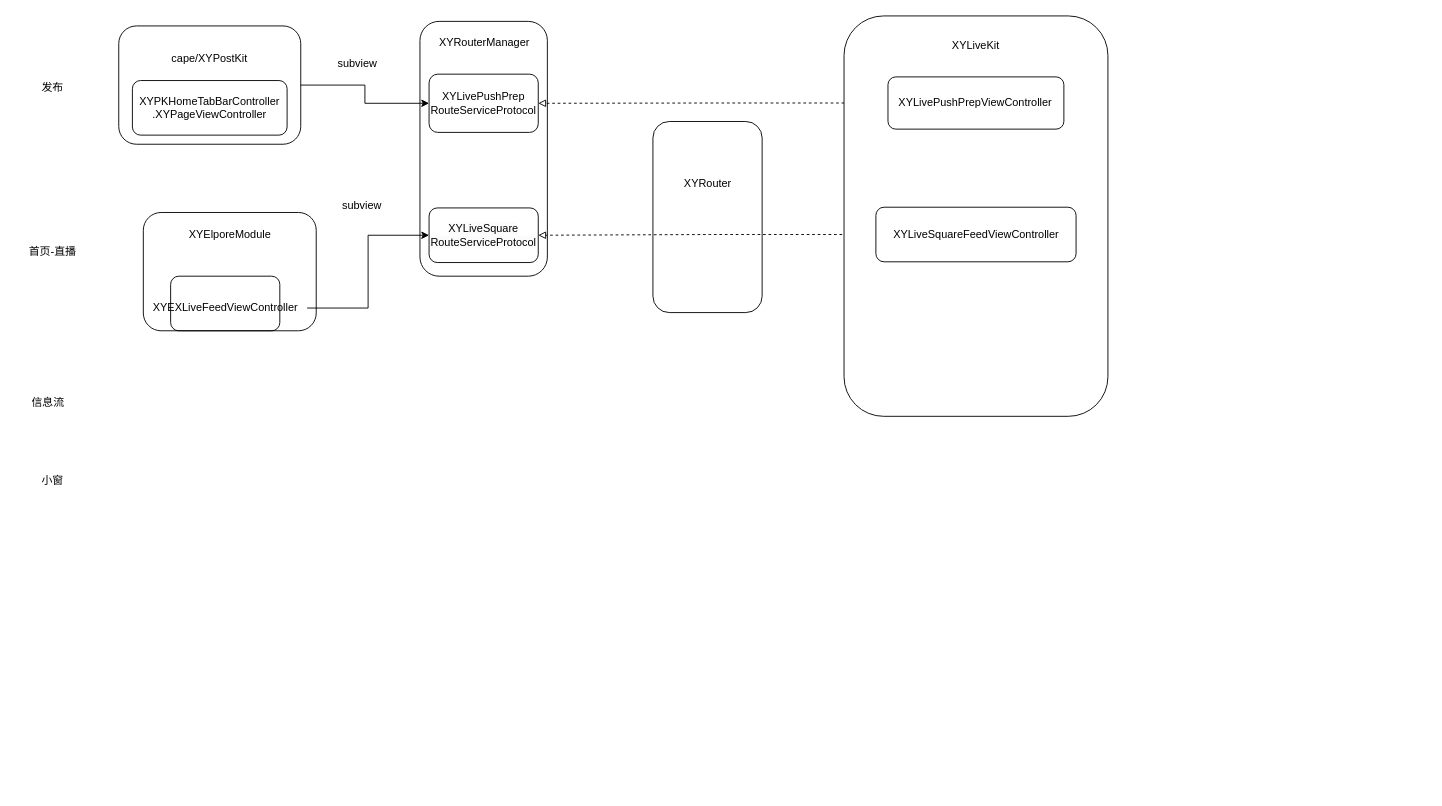
This is diagrams/未命名绘图.drawio from ygg29/UML, a draw.io file, before an edit. Source tidied: cells renumbered, new cells numbered last; positions are measured from the earlier drawing's top-left corner, leaving out a move shared by most shapes. Both pictures are drawn from the tidied source at 91%, with x=0, y=0 at pixel (15, 15).
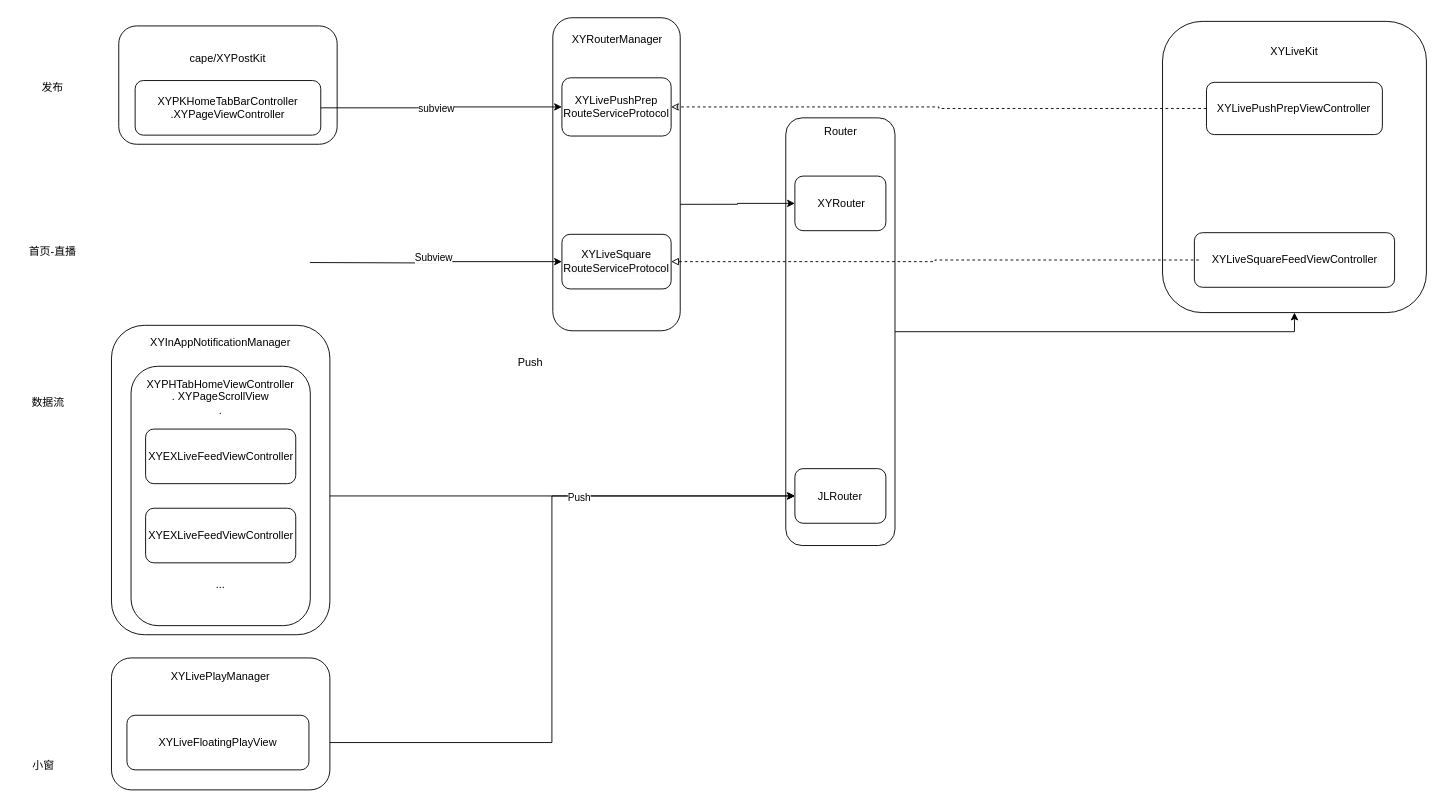
The same diagram, later.

Commit message:
更新未命名绘图.drawio

The change refers to these unchanged cells:
```xml
<mxCell id="30" value="XYLiveSquareFeedViewController" style="text;html=1;align=center;verticalAlign=middle;points=[];strokeColor=none;fillColor=none;fontSize=12;fontFamily=Helvetica;fontColor=default;" parent="28" vertex="1">
  <mxGeometry x="5" y="15" width="210" height="30" as="geometry" />
</mxCell>
<mxCell id="32" style="rounded=1;whiteSpace=wrap;html=1;align=center;verticalAlign=top;fontFamily=Helvetica;fontSize=12;fontColor=default;fillColor=none;gradientColor=none;" parent="31" vertex="1">
  <mxGeometry width="120" height="60" as="geometry" />
</mxCell>
```

Change to the diagram source:
```diff
@@
+    <mxCell id="37" style="edgeStyle=orthogonalEdgeStyle;rounded=0;jettySize=auto;html=1;entryX=0;entryY=0.5;entryDx=0;entryDy=0;exitX=0.986;exitY=0.596;exitDx=0;exitDy=0;exitPerimeter=0;" parent="1" edge="1" source="2" target="44">
+      <mxGeometry relative="1" as="geometry" />
+    </mxCell>
     <mxCell id="2" style="rounded=1;whiteSpace=wrap;html=1;" parent="1" vertex="1">
-      <mxGeometry x="444" y="6" width="140" height="280" as="geometry" />
+      <mxGeometry x="590" y="2" width="140" height="344" as="geometry" />
     </mxCell>
     <mxCell id="3" value="XYLivePushPrep&lt;br&gt;RouteServiceProtocol" style="rounded=1;html=1;whiteSpace=wrap;" parent="1" vertex="1">
-      <mxGeometry x="454" y="64" width="120" height="64" as="geometry" />
+      <mxGeometry x="600" y="68" width="120" height="64" as="geometry" />
     </mxCell>
     <mxCell id="4" value="XYRouterManager" style="text;html=1;strokeColor=none;fillColor=none;align=center;verticalAlign=middle;whiteSpace=wrap;rounded=0;" parent="1" vertex="1">
-      <mxGeometry x="485" y="15" width="60" height="30" as="geometry" />
+      <mxGeometry x="631" y="11" width="60" height="30" as="geometry" />
     </mxCell>
     <mxCell id="5" style="group;" parent="1" vertex="1">
-      <mxGeometry x="113" y="11" width="200" height="130" as="geometry" />
+      <mxGeometry x="113" y="11" width="240" height="130" as="geometry" />
     </mxCell>
     <mxCell id="6" style="rounded=1;whiteSpace=wrap;html=1;" parent="5" vertex="1">
-      <mxGeometry width="200" height="130" as="geometry" />
+      <mxGeometry width="240" height="130" as="geometry" />
     </mxCell>
     <mxCell id="7" value="cape/XYPostKit" style="text;html=1;strokeColor=none;fillColor=none;align=center;verticalAlign=middle;whiteSpace=wrap;rounded=0;" parent="5" vertex="1">
-      <mxGeometry x="70" y="21" width="60" height="30" as="geometry" />
+      <mxGeometry x="84" y="21" width="72" height="30" as="geometry" />
     </mxCell>
     <mxCell id="8" value="XYPKHomeTabBarController&lt;br&gt;.XYPageViewController" style="rounded=1;whiteSpace=wrap;html=1;" parent="5" vertex="1">
-      <mxGeometry x="15" y="60" width="170" height="60" as="geometry" />
+      <mxGeometry x="18" y="60" width="204" height="60" as="geometry" />
     </mxCell>
-    <mxCell id="9" style="edgeStyle=orthogonalEdgeStyle;rounded=0;jettySize=auto;html=1;entryX=0;entryY=0.5;entryDx=0;entryDy=0;fontFamily=Helvetica;fontSize=12;fontColor=default;" parent="1" edge="1" source="6" target="3">
+    <mxCell id="9" style="edgeStyle=orthogonalEdgeStyle;rounded=0;jettySize=auto;html=1;entryX=0;entryY=0.5;entryDx=0;entryDy=0;fontFamily=Helvetica;fontSize=12;fontColor=default;exitX=1;exitY=0.5;exitDx=0;exitDy=0;" parent="1" edge="1" source="8" target="3">
       <mxGeometry relative="1" as="geometry" />
     </mxCell>
-    <mxCell id="10" style="edgeStyle=orthogonalEdgeStyle;rounded=0;jettySize=auto;html=1;fontFamily=Helvetica;fontSize=12;fontColor=default;dashed=1;endArrow=block;endFill=0;" parent="1" edge="1" source="27" target="3">
-      <mxGeometry relative="1" as="geometry" />
-    </mxCell>
+    <mxCell id="38" value="subview" style="edgeLabel;html=1;align=center;verticalAlign=middle;" parent="9" vertex="1">
+      <mxGeometry x="-0.06" relative="1" as="geometry">
+        <mxPoint x="1" as="offset" />
+      </mxGeometry>
+    </mxCell>
@@
-    <mxCell id="13" value="信息流" style="text;html=1;align=center;verticalAlign=middle;strokeColor=none;fillColor=none;fontSize=12;fontFamily=Helvetica;fontColor=default;" parent="1" vertex="1">
+    <mxCell id="13" value="数据流" style="text;html=1;align=center;verticalAlign=middle;strokeColor=none;fillColor=none;fontSize=12;fontFamily=Helvetica;fontColor=default;" parent="1" vertex="1">
       <mxGeometry x="5" y="410" width="60" height="30" as="geometry" />
     </mxCell>
     <mxCell id="14" value="小窗" style="text;html=1;align=center;verticalAlign=middle;strokeColor=none;fillColor=none;fontSize=12;fontFamily=Helvetica;fontColor=default;" parent="1" vertex="1">
-      <mxGeometry x="15" y="496" width="50" height="30" as="geometry" />
+      <mxGeometry x="5" y="808.5" width="50" height="30" as="geometry" />
     </mxCell>
-    <mxCell id="15" style="group;" parent="1" vertex="1">
-      <mxGeometry x="140" y="216" width="190" height="130" as="geometry" />
-    </mxCell>
-    <mxCell id="16" style="rounded=1;whiteSpace=wrap;html=1;align=center;verticalAlign=top;fontFamily=Helvetica;fontSize=12;fontColor=default;fillColor=none;gradientColor=none;" parent="15" vertex="1">
-      <mxGeometry width="190" height="130" as="geometry" />
-    </mxCell>
-    <mxCell id="17" value="XYElporeModule" style="text;html=1;align=center;verticalAlign=middle;strokeColor=none;fillColor=none;fontSize=12;fontFamily=Helvetica;fontColor=default;" parent="15" vertex="1">
-      <mxGeometry x="40" y="10" width="110" height="30" as="geometry" />
-    </mxCell>
-    <mxCell id="18" style="rounded=1;whiteSpace=wrap;html=1;align=center;verticalAlign=top;fontFamily=Helvetica;fontSize=12;fontColor=default;fillColor=none;gradientColor=none;" parent="15" vertex="1">
-      <mxGeometry x="30" y="70" width="120" height="60" as="geometry" />
-    </mxCell>
-    <mxCell id="19" value="XYEXLiveFeedViewController" style="text;html=1;align=center;verticalAlign=middle;points=[];strokeColor=none;fillColor=none;fontSize=12;fontFamily=Helvetica;fontColor=default;" parent="15" vertex="1">
-      <mxGeometry y="90" width="180" height="30" as="geometry" />
-    </mxCell>
-    <mxCell id="20" style="edgeStyle=orthogonalEdgeStyle;rounded=0;jettySize=auto;html=1;entryX=1;entryY=0.5;entryDx=0;entryDy=0;fontFamily=Helvetica;fontSize=12;fontColor=default;dashed=1;endArrow=block;endFill=0;" parent="1" edge="1" source="30" target="32">
-      <mxGeometry relative="1" as="geometry" />
-    </mxCell>
-    <mxCell id="21" value="subview" style="text;html=1;align=center;verticalAlign=middle;strokeColor=none;fillColor=none;fontSize=12;fontFamily=Helvetica;fontColor=default;" parent="1" vertex="1">
-      <mxGeometry x="340" y="37.7" width="70" height="30" as="geometry" />
-    </mxCell>
-    <mxCell id="22" style="edgeStyle=orthogonalEdgeStyle;rounded=0;jettySize=auto;html=1;entryX=0;entryY=0.5;entryDx=0;entryDy=0;fontFamily=Helvetica;fontSize=12;fontColor=default;" parent="1" edge="1" source="19" target="32">
-      <mxGeometry relative="1" as="geometry" />
+    <mxCell id="22" style="edgeStyle=orthogonalEdgeStyle;rounded=0;jettySize=auto;html=1;entryX=0;entryY=0.5;entryDx=0;entryDy=0;fontFamily=Helvetica;fontSize=12;fontColor=default;" parent="1" edge="1" target="32">
+      <mxGeometry relative="1" as="geometry">
+        <mxPoint x="323" y="271" as="sourcePoint" />
+      </mxGeometry>
     </mxCell>
-    <mxCell id="23" value="subview" style="text;html=1;align=center;verticalAlign=middle;strokeColor=none;fillColor=none;fontSize=12;fontFamily=Helvetica;fontColor=default;" parent="1" vertex="1">
-      <mxGeometry x="345" y="194" width="70" height="30" as="geometry" />
-    </mxCell>
+    <mxCell id="39" value="Subview" style="edgeLabel;html=1;align=center;verticalAlign=middle;" parent="22" vertex="1">
+      <mxGeometry x="-0.04" y="6" relative="1" as="geometry">
+        <mxPoint x="1" as="offset" />
+      </mxGeometry>
+    </mxCell>
     <mxCell id="24" style="group;" parent="1" vertex="1">
-      <mxGeometry x="910" width="290" height="440" as="geometry" />
+      <mxGeometry x="1260" y="6" width="290" height="440" as="geometry" />
     </mxCell>
+    <mxCell id="40" style="group;" parent="24" vertex="1">
+      <mxGeometry width="290" height="320" as="geometry" />
+    </mxCell>
-    <mxCell id="25" style="rounded=1;whiteSpace=wrap;html=1;" parent="24" vertex="1">
-      <mxGeometry width="290" height="440" as="geometry" />
+    <mxCell id="25" style="rounded=1;whiteSpace=wrap;html=1;" parent="40" vertex="1">
+      <mxGeometry width="290" height="320" as="geometry" />
     </mxCell>
-    <mxCell id="26" value="XYLiveKit" style="text;html=1;strokeColor=none;fillColor=none;align=center;verticalAlign=middle;whiteSpace=wrap;rounded=0;" parent="24" vertex="1">
+    <mxCell id="26" value="XYLiveKit" style="text;html=1;strokeColor=none;fillColor=none;align=center;verticalAlign=middle;whiteSpace=wrap;rounded=0;" parent="40" vertex="1">
       <mxGeometry x="112.8" y="19.1" width="64.4" height="28.7" as="geometry" />
     </mxCell>
-    <mxCell id="27" value="XYLivePushPrepViewController" style="rounded=1;whiteSpace=wrap;html=1;" parent="24" vertex="1">
+    <mxCell id="27" value="XYLivePushPrepViewController" style="rounded=1;whiteSpace=wrap;html=1;" parent="40" vertex="1">
       <mxGeometry x="48.3" y="67" width="193.3" height="57.4" as="geometry" />
     </mxCell>
-    <mxCell id="28" style="group;" parent="24" vertex="1">
-      <mxGeometry x="35" y="210.2" width="220" height="60" as="geometry" />
+    <mxCell id="28" style="group;" parent="40" vertex="1">
+      <mxGeometry x="35" y="232.2" width="220" height="60" as="geometry" />
     </mxCell>
@@
     <mxCell id="31" style="group;" parent="1" vertex="1">
-      <mxGeometry x="454" y="211" width="120" height="60" as="geometry" />
+      <mxGeometry x="600" y="240" width="120" height="60" as="geometry" />
     </mxCell>
@@
-    <mxCell id="34" style="group;" parent="1" vertex="1">
-      <mxGeometry x="700" y="116" width="120" height="210" as="geometry" />
-    </mxCell>
+    <mxCell id="41" value="JLRouter" style="rounded=1;whiteSpace=wrap;html=1;" parent="1" vertex="1">
+      <mxGeometry x="856" y="497.5" width="100" height="60" as="geometry" />
+    </mxCell>
+    <mxCell id="42" style="edgeStyle=orthogonalEdgeStyle;rounded=0;jettySize=auto;html=1;entryX=0.5;entryY=1;entryDx=0;entryDy=0;" parent="1" edge="1" source="36" target="25">
+      <mxGeometry relative="1" as="geometry" />
+    </mxCell>
+    <mxCell id="36" style="rounded=1;whiteSpace=wrap;html=1;align=center;verticalAlign=top;fontFamily=Helvetica;fontSize=12;fontColor=default;fillColor=none;gradientColor=none;" parent="1" vertex="1">
+      <mxGeometry x="846" y="112" width="120" height="470" as="geometry" />
+    </mxCell>
+    <mxCell id="43" style="group;" parent="1" vertex="1">
+      <mxGeometry x="856" y="176" width="100" height="60" as="geometry" />
+    </mxCell>
+    <mxCell id="44" style="rounded=1;whiteSpace=wrap;html=1;" parent="43" vertex="1">
+      <mxGeometry width="100" height="60" as="geometry" />
+    </mxCell>
-    <mxCell id="35" value="XYRouter" style="text;html=1;align=center;verticalAlign=middle;strokeColor=none;fillColor=none;" parent="34" vertex="1">
-      <mxGeometry x="20" y="52.5" width="80" height="30" as="geometry" />
+    <mxCell id="35" value="XYRouter" style="text;html=1;align=center;verticalAlign=middle;strokeColor=none;fillColor=none;" parent="43" vertex="1">
+      <mxGeometry x="10.7" y="15" width="80" height="30" as="geometry" />
     </mxCell>
-    <mxCell id="36" style="rounded=1;whiteSpace=wrap;html=1;align=center;verticalAlign=top;fontFamily=Helvetica;fontSize=12;fontColor=default;fillColor=none;gradientColor=none;" parent="34" vertex="1">
-      <mxGeometry width="120" height="210" as="geometry" />
-    </mxCell>
+    <mxCell id="45" value="Router" style="text;html=1;align=center;verticalAlign=middle;strokeColor=none;fillColor=none;" parent="1" vertex="1">
+      <mxGeometry x="876" y="112" width="60" height="30" as="geometry" />
+    </mxCell>
+    <mxCell id="46" style="edgeStyle=orthogonalEdgeStyle;rounded=0;jettySize=auto;html=1;entryX=0;entryY=0.5;entryDx=0;entryDy=0;" parent="1" edge="1" source="53" target="41">
+      <mxGeometry relative="1" as="geometry" />
+    </mxCell>
+    <mxCell id="47" value="Push" style="text;html=1;align=center;verticalAlign=middle;strokeColor=none;fillColor=none;" parent="1" vertex="1">
+      <mxGeometry x="540" y="366" width="50" height="30" as="geometry" />
+    </mxCell>
+    <mxCell id="48" style="edgeStyle=orthogonalEdgeStyle;rounded=0;jettySize=auto;html=1;entryX=0;entryY=0.5;entryDx=0;entryDy=0;" parent="1" edge="1" source="62" target="41">
+      <mxGeometry relative="1" as="geometry" />
+    </mxCell>
+    <mxCell id="49" value="Push" style="edgeLabel;html=1;align=center;verticalAlign=middle;" parent="48" vertex="1">
+      <mxGeometry x="0.41" y="-1" relative="1" as="geometry">
+        <mxPoint x="-1" as="offset" />
+      </mxGeometry>
+    </mxCell>
+    <mxCell id="50" style="group;" parent="1" vertex="1">
+      <mxGeometry x="105" y="340" width="240" height="340" as="geometry" />
+    </mxCell>
+    <mxCell id="51" style="rounded=1;whiteSpace=wrap;html=1;" parent="50" vertex="1">
+      <mxGeometry width="240" height="340" as="geometry" />
+    </mxCell>
+    <mxCell id="52" style="group;" parent="50" vertex="1">
+      <mxGeometry x="21.5" y="45" width="197" height="285" as="geometry" />
+    </mxCell>
+    <mxCell id="53" style="rounded=1;whiteSpace=wrap;html=1;" parent="52" vertex="1">
+      <mxGeometry width="197" height="285" as="geometry" />
+    </mxCell>
+    <mxCell id="54" value="XYPHTabHomeViewController&lt;br&gt;.&amp;nbsp;XYPageScrollView&lt;br&gt;." style="text;html=1;strokeColor=none;fillColor=none;align=center;verticalAlign=middle;whiteSpace=wrap;rounded=0;" parent="52" vertex="1">
+      <mxGeometry x="68.5" y="19" width="60" height="30" as="geometry" />
+    </mxCell>
+    <mxCell id="55" value="XYEXLiveFeedViewController" style="rounded=1;whiteSpace=wrap;html=1;" parent="52" vertex="1">
+      <mxGeometry x="16" y="69" width="165" height="60" as="geometry" />
+    </mxCell>
+    <mxCell id="56" value="XYEXLiveFeedViewController" style="rounded=1;whiteSpace=wrap;html=1;" parent="52" vertex="1">
+      <mxGeometry x="16" y="156" width="165" height="60" as="geometry" />
+    </mxCell>
+    <mxCell id="57" value="..." style="text;html=1;strokeColor=none;fillColor=none;align=center;verticalAlign=middle;whiteSpace=wrap;rounded=0;" parent="52" vertex="1">
+      <mxGeometry x="68.5" y="225" width="60" height="30" as="geometry" />
+    </mxCell>
+    <mxCell id="58" value="XYInAppNotificationManager" style="text;html=1;strokeColor=none;fillColor=none;align=center;verticalAlign=middle;whiteSpace=wrap;rounded=0;" parent="50" vertex="1">
+      <mxGeometry x="90" y="4" width="60" height="30" as="geometry" />
+    </mxCell>
+    <mxCell id="59" style="group;" parent="1" vertex="1">
+      <mxGeometry x="105" y="705.5" width="240" height="145" as="geometry" />
+    </mxCell>
+    <mxCell id="60" style="rounded=1;whiteSpace=wrap;html=1;" parent="59" vertex="1">
+      <mxGeometry width="240" height="145" as="geometry" />
+    </mxCell>
+    <mxCell id="61" value="XYLivePlayManager" style="text;html=1;strokeColor=none;fillColor=none;align=center;verticalAlign=middle;whiteSpace=wrap;rounded=0;" parent="59" vertex="1">
+      <mxGeometry x="90" y="5" width="60" height="30" as="geometry" />
+    </mxCell>
+    <mxCell id="62" value="XYLiveFloatingPlayView" style="rounded=1;whiteSpace=wrap;html=1;" parent="59" vertex="1">
+      <mxGeometry x="17" y="63" width="200" height="60" as="geometry" />
+    </mxCell>
+    <mxCell id="10" style="edgeStyle=orthogonalEdgeStyle;rounded=0;jettySize=auto;html=1;dashed=1;endArrow=classic;endFill=0;" parent="1" edge="1" source="27" target="3">
+      <mxGeometry relative="1" as="geometry" />
+    </mxCell>
+    <mxCell id="20" style="edgeStyle=orthogonalEdgeStyle;rounded=0;jettySize=auto;html=1;entryX=1;entryY=0.5;entryDx=0;entryDy=0;dashed=1;endArrow=block;endFill=0;" parent="1" edge="1" source="30" target="32">
+      <mxGeometry relative="1" as="geometry" />
+    </mxCell>
```
